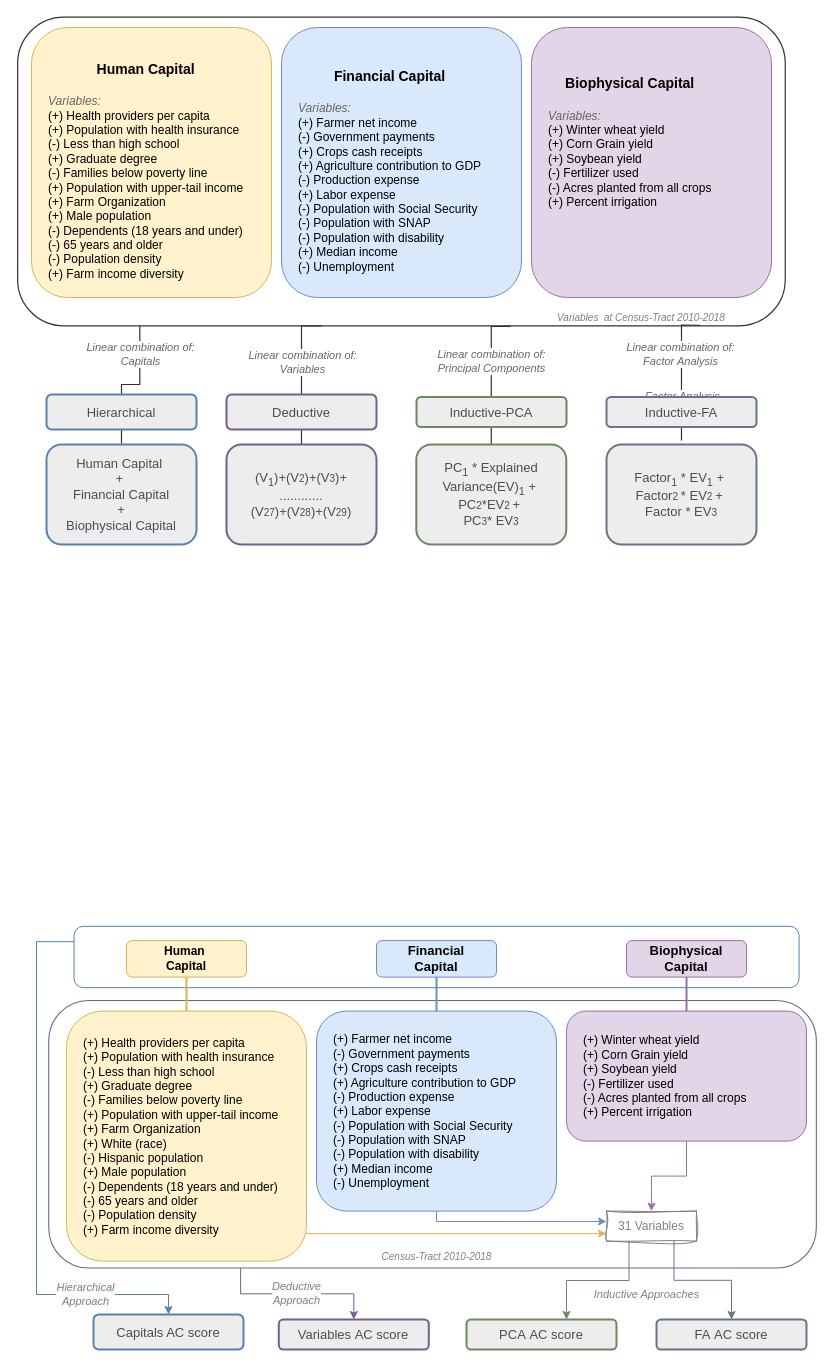
Above: ACIndicatorSelectionFrameworkSummer2024.drawio in dealchre/gradDrawio (draw.io), before the change. Source tidied: cells renumbered, new cells numbered last; positions are measured from the earlier drawing's top-left corner, leaving out a move shared by most shapes. Both pictures are drawn from the tidied source at 100%, with x=0, y=0 at pixel (17, -213).
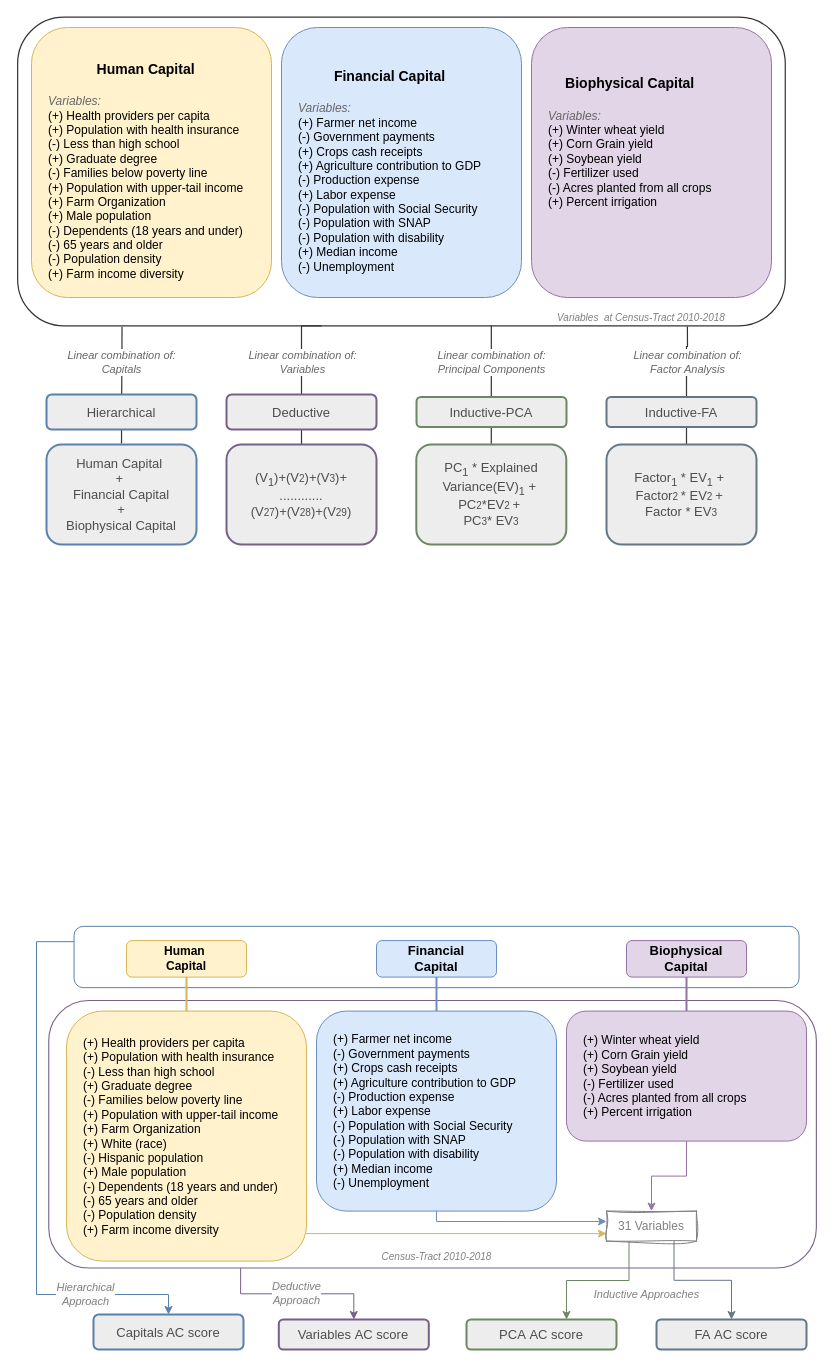
The same page after the edit.

Unchanged cells that the change refers to:
```xml
<mxCell id="38" style="rounded=1;whiteSpace=wrap;html=1;fontSize=13;labelBorderColor=default;labelBackgroundColor=none;fillColor=none;strokeColor=#333333;rotation=90;fontColor=#333333;strokeWidth=1.2;" parent="37" vertex="1">
  <mxGeometry x="229.4" y="-229.5" width="308.7" height="767.6" as="geometry" />
</mxCell>
<mxCell id="47" value="&lt;span style=&quot;font-size: 13px;&quot;&gt;PC&lt;sub&gt;1&lt;/sub&gt; * Explained Variance(EV)&lt;sub&gt;1&lt;/sub&gt; +&amp;nbsp;&lt;/span&gt;&lt;div&gt;&lt;span style=&quot;font-size: 13px;&quot;&gt;PC&lt;/span&gt;&lt;span style=&quot;font-size: 10px;&quot;&gt;2&lt;/span&gt;&lt;span style=&quot;font-size: 13px;&quot;&gt;*EV&lt;/span&gt;&lt;span style=&quot;font-size: 10px;&quot;&gt;2&amp;nbsp;&lt;/span&gt;&lt;span style=&quot;font-size: 13px;&quot;&gt;+&amp;nbsp;&lt;br&gt;&lt;/span&gt;&lt;span style=&quot;font-size: 13px;&quot;&gt;PC&lt;/span&gt;&lt;span style=&quot;font-size: 10px;&quot;&gt;3&lt;/span&gt;&lt;span style=&quot;font-size: 13px;&quot;&gt;* EV&lt;/span&gt;&lt;span style=&quot;font-size: 10px;&quot;&gt;3&lt;/span&gt;&lt;/div&gt;" style="text;html=1;strokeColor=#6D8764;fillColor=light-dark(#ededed, #535353);align=center;verticalAlign=middle;whiteSpace=wrap;rounded=1;glass=0;shadow=0;fontColor=#4D4D4D;strokeWidth=2;gradientColor=none;" parent="43" vertex="1">
  <mxGeometry x="369.8" y="50" width="150" height="100" as="geometry" />
</mxCell>
```

The edit, as a diff of the source:
```diff
@@
-    <mxCell id="2" style="edgeStyle=orthogonalEdgeStyle;rounded=0;jettySize=auto;html=1;exitX=0.998;exitY=0.111;exitDx=0;exitDy=0;strokeColor=#333333;endArrow=none;endFill=0;exitPerimeter=0;strokeWidth=1.2;" parent="1" edge="1" source="38">
+    <mxCell id="2" style="edgeStyle=orthogonalEdgeStyle;rounded=0;orthogonalLoop=1;jettySize=auto;html=1;strokeColor=#333333;endArrow=none;endFill=0;strokeWidth=1.2;exitX=0.77;exitY=0.997;exitDx=0;exitDy=0;exitPerimeter=0;" parent="1" edge="1">
       <mxGeometry relative="1" as="geometry">
-        <mxPoint x="664" y="653" as="targetPoint" />
+        <mxPoint x="669.9" y="538.9" as="sourcePoint" />
+        <mxPoint x="669" y="674.9" as="targetPoint" />
         <Array as="points">
-          <mxPoint x="664" y="541" />
-          <mxPoint x="664" y="541" />
+          <mxPoint x="670" y="541" />
+          <mxPoint x="670" y="541" />
+          <mxPoint x="670" y="559" />
+          <mxPoint x="669" y="559" />
         </Array>
       </mxGeometry>
     </mxCell>
-    <mxCell id="3" value="Factor Analysis" style="edgeLabel;html=1;align=center;verticalAlign=middle;fontStyle=2;fontColor=#666666;" parent="2" vertex="1">
-      <mxGeometry x="0.31" y="1" relative="1" as="geometry">
-        <mxPoint x="-1" y="1" as="offset" />
-      </mxGeometry>
-    </mxCell>
     <mxCell id="4" value="Linear combination of:&lt;div&gt;&lt;span&gt;Factor Analysis&lt;/span&gt;&lt;/div&gt;" style="edgeLabel;html=1;align=center;verticalAlign=middle;fontColor=#666666;fontStyle=2;" parent="2" vertex="1">
       <mxGeometry x="-0.16" y="-2" relative="1" as="geometry">
-        <mxPoint y="-9" as="offset" />
+        <mxPoint x="2" y="-21" as="offset" />
       </mxGeometry>
     </mxCell>
-    <mxCell id="5" style="edgeStyle=orthogonalEdgeStyle;rounded=0;orthogonalLoop=1;jettySize=auto;html=1;exitX=0.5;exitY=0;exitDx=0;exitDy=0;endArrow=none;endFill=0;strokeColor=#333333;strokeWidth=1.2;entryX=1.003;entryY=0.841;entryDx=0;entryDy=0;entryPerimeter=0;" parent="1" edge="1">
+    <mxCell id="5" style="edgeStyle=orthogonalEdgeStyle;rounded=0;jettySize=auto;html=1;exitX=0.5;exitY=0;exitDx=0;exitDy=0;endArrow=none;endFill=0;strokeColor=#333333;strokeWidth=1.2;entryX=1.003;entryY=0.864;entryDx=0;entryDy=0;entryPerimeter=0;" parent="1" edge="1" target="38">
       <mxGeometry relative="1" as="geometry">
         <mxPoint x="104" y="656.1" as="sourcePoint" />
-        <mxPoint x="122.3" y="538.3" as="targetPoint" />
         <Array as="points">
-          <mxPoint x="104" y="597" />
-          <mxPoint x="122" y="597" />
+          <mxPoint x="105" y="656" />
+          <mxPoint x="105" y="539" />
         </Array>
       </mxGeometry>
     </mxCell>
     <mxCell id="6" value="Linear combination of:&lt;div&gt;Capitals&lt;/div&gt;" style="edgeLabel;html=1;align=center;verticalAlign=middle;fontColor=#666666;fontStyle=2;" parent="5" vertex="1">
       <mxGeometry x="0.39" relative="1" as="geometry">
-        <mxPoint y="-13" as="offset" />
+        <mxPoint x="-1" as="offset" />
       </mxGeometry>
     </mxCell>
@@
-    <mxCell id="10" style="edgeStyle=orthogonalEdgeStyle;rounded=0;jettySize=auto;html=1;fontColor=#808080;strokeColor=#333333;entryX=0.5;entryY=0;entryDx=0;entryDy=0;endArrow=none;endFill=0;exitX=1.002;exitY=0.358;exitDx=0;exitDy=0;exitPerimeter=0;strokeWidth=1.2;" parent="1" edge="1" source="38" target="47">
+    <mxCell id="10" style="edgeStyle=orthogonalEdgeStyle;rounded=0;orthogonalLoop=1;jettySize=auto;html=1;fontColor=#808080;strokeColor=#333333;entryX=0.5;entryY=0;entryDx=0;entryDy=0;endArrow=none;endFill=0;exitX=0.996;exitY=0.383;exitDx=0;exitDy=0;exitPerimeter=0;strokeWidth=1.2;" parent="1" edge="1">
       <mxGeometry x="-0.44" y="22" relative="1" as="geometry">
-        <Array as="points">
-          <mxPoint x="474" y="539" />
-        </Array>
+        <mxPoint x="473.8" y="538.1" as="sourcePoint" />
+        <mxPoint x="473.8" y="658" as="targetPoint" />
         <mxPoint x="17" y="-8" as="offset" />
       </mxGeometry>
     </mxCell>
     <mxCell id="11" value="&lt;span style=&quot;&quot;&gt;Linear combination of:&lt;/span&gt;&lt;div&gt;Principal Components&lt;/div&gt;" style="edgeLabel;html=1;align=center;verticalAlign=middle;fontStyle=2;fontColor=#666666;" parent="10" vertex="1">
       <mxGeometry x="0.74" relative="1" as="geometry">
-        <mxPoint y="-65" as="offset" />
+        <mxPoint y="-68" as="offset" />
       </mxGeometry>
     </mxCell>
```
